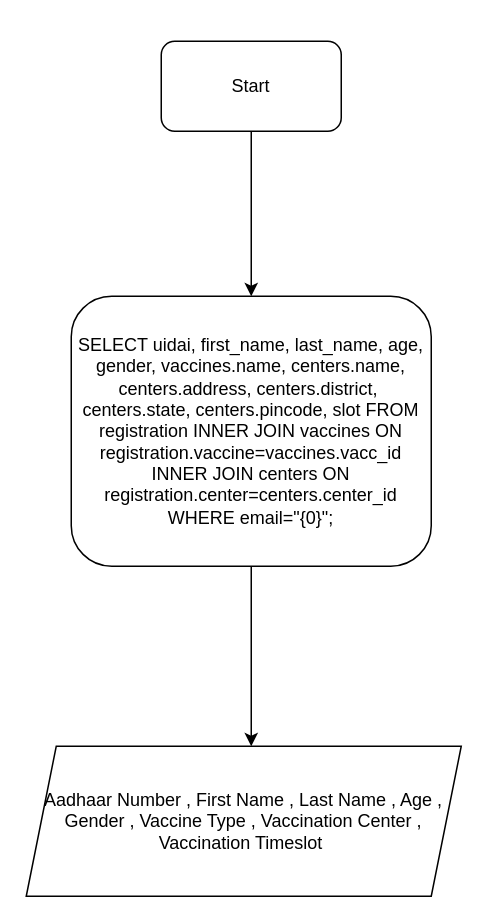
This is flowchart/Showmydetails.drawio from quantum-corn/vaxer, a draw.io file, before an edit. Source tidied: cells renumbered, new cells numbered last; positions are measured from the earlier drawing's top-left corner, leaving out a move shared by most shapes. Both pictures are drawn from the tidied source at 150%, with x=0, y=0 at pixel (26, 40).
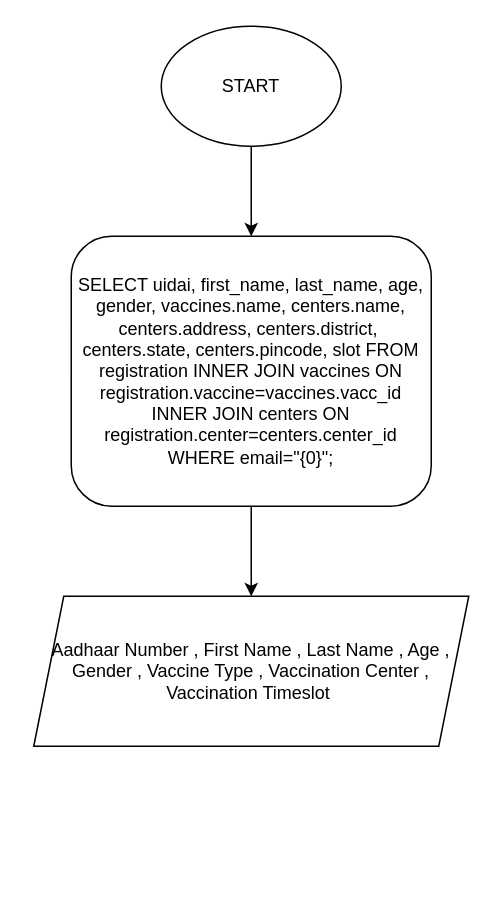
The same page after the edit.

What changed in the source:
```diff
@@
 <mxGraphModel>
   <root>
     <mxCell id="0" />
     <mxCell id="1" parent="0" />
-    <mxCell id="2" style="edgeStyle=orthogonalEdgeStyle;rounded=0;jettySize=auto;html=1;" parent="1" edge="1" source="3">
+    <mxCell id="2" style="edgeStyle=orthogonalEdgeStyle;rounded=0;orthogonalLoop=1;jettySize=auto;html=1;" parent="1" edge="1">
       <mxGeometry relative="1" as="geometry">
-        <mxPoint x="150" y="170" as="targetPoint" />
+        <mxPoint x="150" y="60" as="sourcePoint" />
+        <mxPoint x="150" y="130" as="targetPoint" />
       </mxGeometry>
     </mxCell>
-    <mxCell id="3" value="Start" style="rounded=1;whiteSpace=wrap;html=1;" parent="1" vertex="1">
-      <mxGeometry x="90" width="120" height="60" as="geometry" />
-    </mxCell>
     <mxCell id="4" style="edgeStyle=orthogonalEdgeStyle;rounded=0;jettySize=auto;html=1;" parent="1" edge="1" source="5">
       <mxGeometry relative="1" as="geometry">
-        <mxPoint x="150" y="470" as="targetPoint" />
+        <mxPoint x="150" y="370" as="targetPoint" />
       </mxGeometry>
     </mxCell>
     <mxCell id="5" value="SELECT uidai, first_name, last_name, age, gender, vaccines.name, centers.name, centers.address, centers.district,&amp;nbsp; centers.state, centers.pincode, slot FROM registration INNER JOIN vaccines ON registration.vaccine=vaccines.vacc_id INNER JOIN centers ON registration.center=centers.center_id WHERE email=&quot;{0}&quot;;" style="rounded=1;whiteSpace=wrap;html=1;" parent="1" vertex="1">
-      <mxGeometry x="30" y="170" width="240" height="180" as="geometry" />
+      <mxGeometry x="30" y="130" width="240" height="180" as="geometry" />
     </mxCell>
     <mxCell id="6" value="Aadhaar Number , First Name , Last Name , Age , Gender , Vaccine Type , Vaccination Center , Vaccination Timeslot&amp;nbsp;" style="shape=parallelogram;perimeter=parallelogramPerimeter;whiteSpace=wrap;html=1;fixedSize=1;align=center;" parent="1" vertex="1">
-      <mxGeometry y="470" width="290" height="100" as="geometry" />
+      <mxGeometry x="5" y="370" width="290" height="100" as="geometry" />
     </mxCell>
+    <mxCell id="7" value="START" style="ellipse;whiteSpace=wrap;html=1;" parent="1" vertex="1">
+      <mxGeometry x="90" y="-10" width="120" height="80" as="geometry" />
+    </mxCell>
   </root>
 </mxGraphModel>
```
